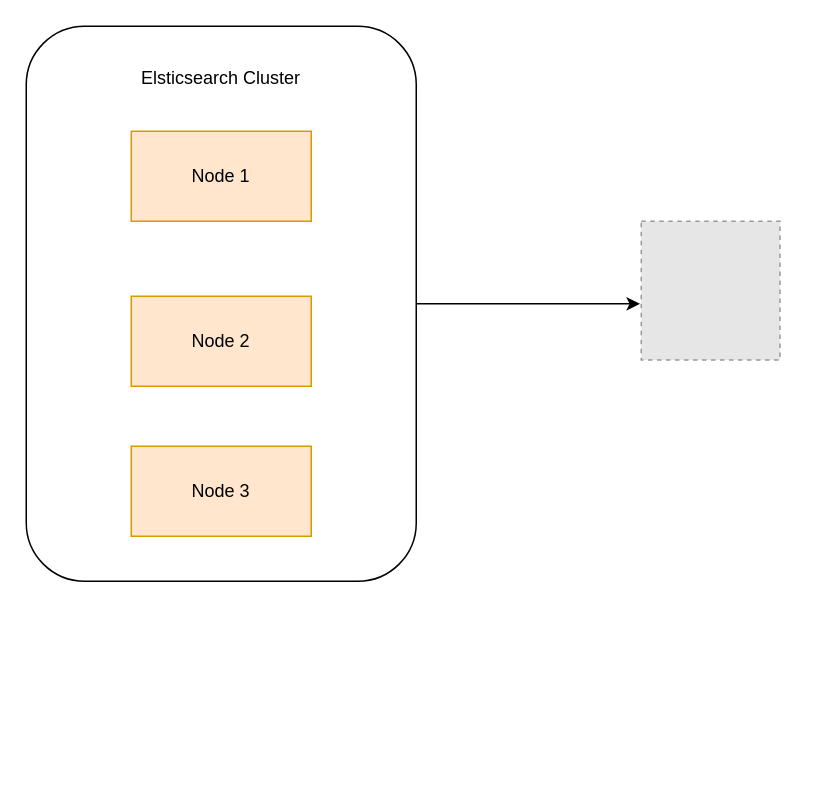
This is architecture/Elasticsearch + Kibana.drawio from vukhanh09/DATN, a draw.io file, before an edit. Source tidied: cells renumbered, new cells numbered last; positions are measured from the earlier drawing's top-left corner, leaving out a move shared by most shapes. Both pictures are drawn from the tidied source at 150%, with x=0, y=0 at pixel (26, 26). Pictures stored in the file or linked from it are replaced by grey dashed boxes.
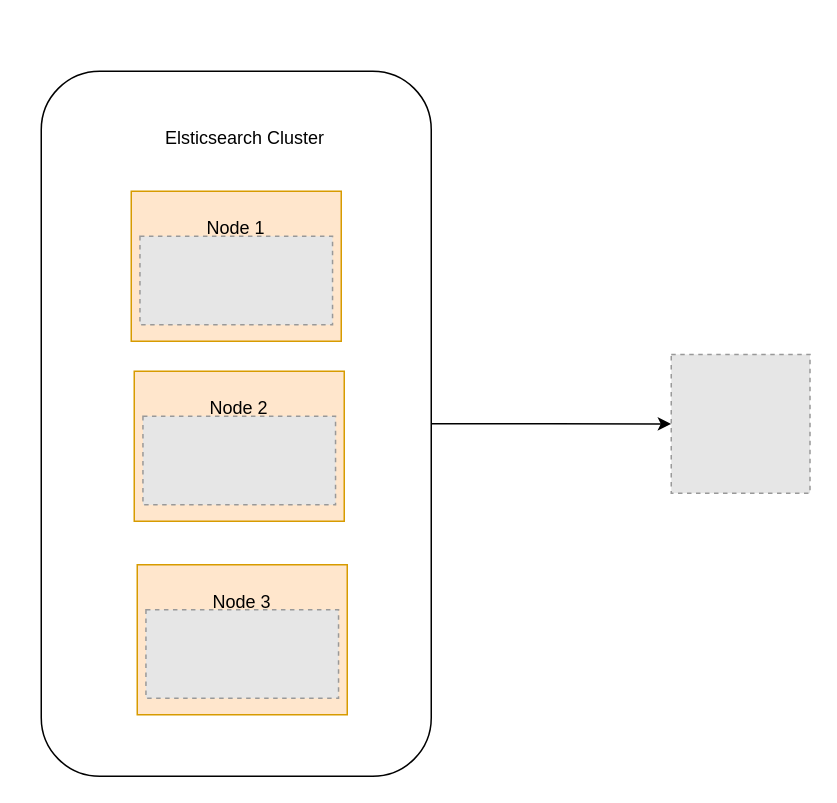
The same diagram, later.

Commit message:
Cập nhật Elasticsearch + Kibana.drawio

What changed in the source:
```diff
@@
 <mxGraphModel>
   <root>
     <mxCell id="0" />
     <mxCell id="1" parent="0" />
-    <mxCell id="2" style="edgeStyle=orthogonalEdgeStyle;rounded=0;jettySize=auto;html=1;exitX=1;exitY=0.5;exitDx=0;exitDy=0;entryX=-0.009;entryY=0.595;entryDx=0;entryDy=0;entryPerimeter=0;" parent="1" edge="1" source="3" target="7">
+    <mxCell id="2" style="edgeStyle=orthogonalEdgeStyle;rounded=0;jettySize=auto;html=1;" parent="1" edge="1" source="3" target="7">
       <mxGeometry relative="1" as="geometry" />
     </mxCell>
     <mxCell id="3" style="rounded=1;whiteSpace=wrap;html=1;" parent="1" vertex="1">
-      <mxGeometry width="260" height="370" as="geometry" />
+      <mxGeometry x="10" y="30" width="260" height="470" as="geometry" />
     </mxCell>
-    <mxCell id="4" value="Node 1" style="rounded=0;whiteSpace=wrap;html=1;fillColor=#ffe6cc;strokeColor=#d79b00;" parent="1" vertex="1">
-      <mxGeometry x="70" y="70" width="120" height="60" as="geometry" />
+    <mxCell id="4" style="rounded=0;whiteSpace=wrap;html=1;fillColor=#ffe6cc;strokeColor=#d79b00;" parent="1" vertex="1">
+      <mxGeometry x="70" y="110" width="140" height="100" as="geometry" />
     </mxCell>
-    <mxCell id="5" value="Node 2" style="rounded=0;whiteSpace=wrap;html=1;fillColor=#ffe6cc;strokeColor=#d79b00;" parent="1" vertex="1">
-      <mxGeometry x="70" y="180" width="120" height="60" as="geometry" />
-    </mxCell>
-    <mxCell id="6" value="Node 3" style="rounded=0;whiteSpace=wrap;html=1;fillColor=#ffe6cc;strokeColor=#d79b00;" parent="1" vertex="1">
-      <mxGeometry x="70" y="280" width="120" height="60" as="geometry" />
-    </mxCell>
     <mxCell id="7" style="fillColor=#E6E6E6;strokeColor=#999999;dashed=1;verticalLabelPosition=bottom;labelBackgroundColor=default;verticalAlign=top;" parent="1" vertex="1">
-      <mxGeometry x="410" y="130" width="92.5" height="92.5" as="geometry" />
+      <mxGeometry x="430" y="218.8" width="92.5" height="92.5" as="geometry" />
     </mxCell>
     <mxCell id="8" value="Elsticsearch Cluster" style="text;html=1;strokeColor=none;fillColor=none;align=center;verticalAlign=middle;whiteSpace=wrap;rounded=0;" parent="1" vertex="1">
-      <mxGeometry x="70" y="20" width="120" height="30" as="geometry" />
+      <mxGeometry x="86.2" y="60" width="120" height="30" as="geometry" />
     </mxCell>
+    <mxCell id="9" style="fillColor=#E6E6E6;strokeColor=#999999;dashed=1;verticalLabelPosition=bottom;labelBackgroundColor=default;verticalAlign=top;" parent="1" vertex="1">
+      <mxGeometry x="75.8" y="140" width="128.4" height="59" as="geometry" />
+    </mxCell>
+    <mxCell id="10" value="Node 1" style="text;html=1;strokeColor=none;fillColor=none;align=center;verticalAlign=middle;whiteSpace=wrap;rounded=0;" parent="1" vertex="1">
+      <mxGeometry x="110" y="120" width="60" height="30" as="geometry" />
+    </mxCell>
+    <mxCell id="11" style="rounded=0;whiteSpace=wrap;html=1;fillColor=#ffe6cc;strokeColor=#d79b00;" parent="1" vertex="1">
+      <mxGeometry x="72" y="230" width="140" height="100" as="geometry" />
+    </mxCell>
+    <mxCell id="12" style="fillColor=#E6E6E6;strokeColor=#999999;dashed=1;verticalLabelPosition=bottom;labelBackgroundColor=default;verticalAlign=top;" parent="1" vertex="1">
+      <mxGeometry x="77.8" y="260" width="128.4" height="59" as="geometry" />
+    </mxCell>
+    <mxCell id="5" value="Node 2" style="text;html=1;strokeColor=none;fillColor=none;align=center;verticalAlign=middle;whiteSpace=wrap;rounded=0;" parent="1" vertex="1">
+      <mxGeometry x="112" y="240" width="60" height="30" as="geometry" />
+    </mxCell>
+    <mxCell id="13" style="rounded=0;whiteSpace=wrap;html=1;fillColor=#ffe6cc;strokeColor=#d79b00;" parent="1" vertex="1">
+      <mxGeometry x="74" y="359" width="140" height="100" as="geometry" />
+    </mxCell>
+    <mxCell id="14" style="fillColor=#E6E6E6;strokeColor=#999999;dashed=1;verticalLabelPosition=bottom;labelBackgroundColor=default;verticalAlign=top;" parent="1" vertex="1">
+      <mxGeometry x="79.8" y="389" width="128.4" height="59" as="geometry" />
+    </mxCell>
+    <mxCell id="6" value="Node 3" style="text;html=1;strokeColor=none;fillColor=none;align=center;verticalAlign=middle;whiteSpace=wrap;rounded=0;" parent="1" vertex="1">
+      <mxGeometry x="114" y="369" width="60" height="30" as="geometry" />
+    </mxCell>
   </root>
 </mxGraphModel>
```
